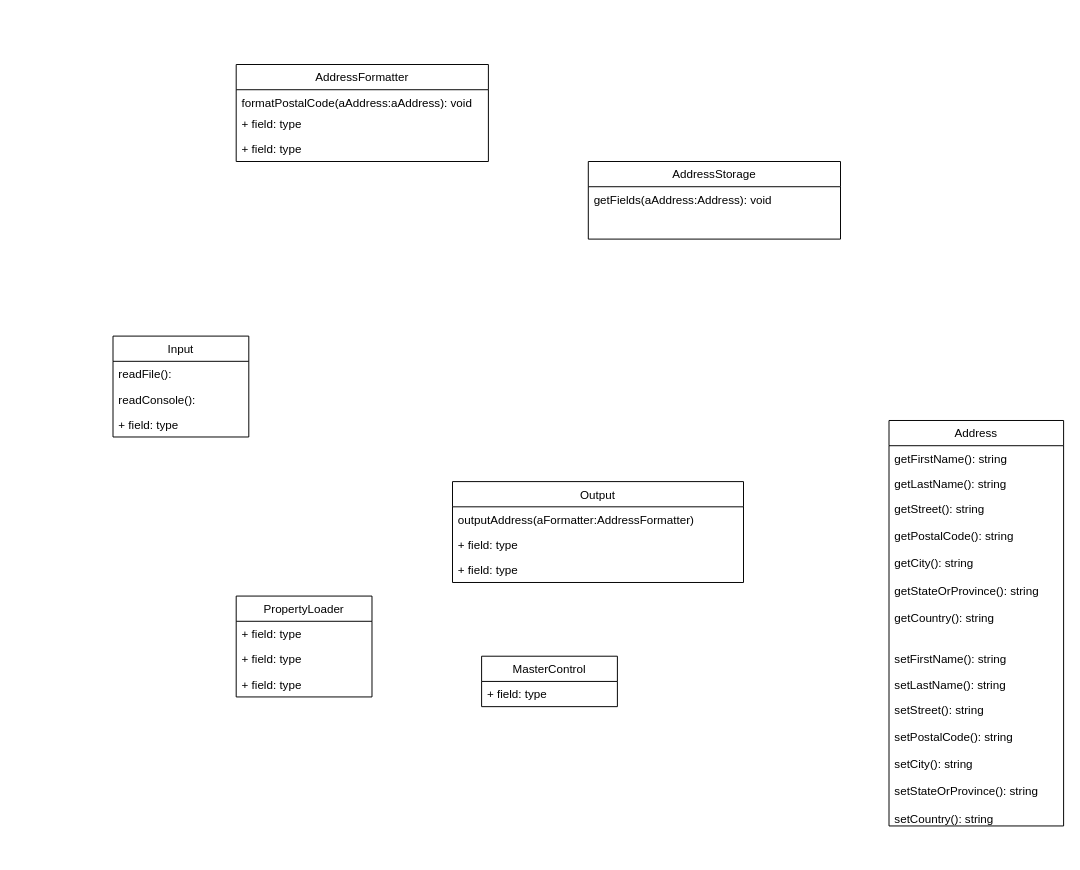
The draw.io diagram Quiz1.drawio in montyxrizzo/scripts, before the edit. Source tidied: cells renumbered, new cells numbered last; positions are measured from the earlier drawing's top-left corner, leaving out a move shared by most shapes. Both pictures are drawn from the tidied source at 97%, with x=0, y=0 at pixel (113, 64).
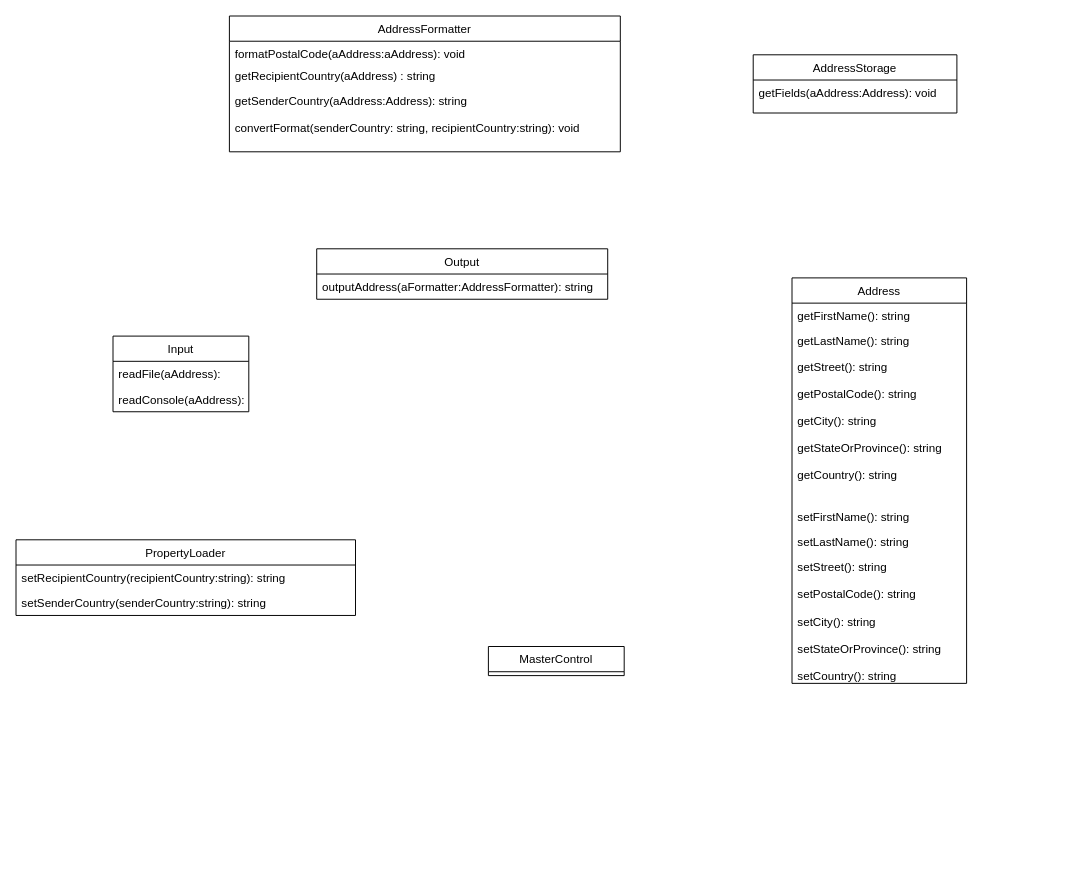
The same page after the edit.

Unchanged cells that the change refers to:
```xml
<mxCell id="24" value="Address" style="swimlane;fontStyle=0;horizontal=1;startSize=26;fillColor=none;" parent="23" vertex="1">
  <mxGeometry width="180" height="418" as="geometry" />
</mxCell>
```

Diff of the diagram source:
```diff
@@
     <mxCell id="2" value="Input" style="swimlane;fontStyle=0;horizontal=1;startSize=26;fillColor=none;" parent="1" vertex="1">
-      <mxGeometry y="280" width="140" height="104" as="geometry" />
+      <mxGeometry y="280" width="140" height="78" as="geometry" />
     </mxCell>
-    <mxCell id="3" value="readFile():" style="text;strokeColor=none;fillColor=none;align=left;verticalAlign=top;spacingLeft=4;spacingRight=4;overflow=hidden;" parent="2" vertex="1">
+    <mxCell id="3" value="readFile(aAddress):" style="text;strokeColor=none;fillColor=none;align=left;verticalAlign=top;spacingLeft=4;spacingRight=4;overflow=hidden;" parent="2" vertex="1">
       <mxGeometry y="26" width="140" height="26" as="geometry" />
     </mxCell>
-    <mxCell id="4" value="readConsole():" style="text;strokeColor=none;fillColor=none;align=left;verticalAlign=top;spacingLeft=4;spacingRight=4;overflow=hidden;" parent="2" vertex="1">
+    <mxCell id="4" value="readConsole(aAddress):" style="text;strokeColor=none;fillColor=none;align=left;verticalAlign=top;spacingLeft=4;spacingRight=4;overflow=hidden;" parent="2" vertex="1">
       <mxGeometry y="52" width="140" height="26" as="geometry" />
     </mxCell>
-    <mxCell id="5" value="+ field: type" style="text;strokeColor=none;fillColor=none;align=left;verticalAlign=top;spacingLeft=4;spacingRight=4;overflow=hidden;" parent="2" vertex="1">
-      <mxGeometry y="78" width="140" height="26" as="geometry" />
-    </mxCell>
     <mxCell id="6" value="AddressFormatter" style="swimlane;fontStyle=0;horizontal=1;startSize=26;fillColor=none;" parent="1" vertex="1">
-      <mxGeometry x="127" width="260" height="100" as="geometry" />
+      <mxGeometry x="120" y="-50" width="403" height="140" as="geometry" />
     </mxCell>
     <mxCell id="7" value="formatPostalCode(aAddress:aAddress): void" style="text;strokeColor=none;fillColor=none;align=left;verticalAlign=top;spacingLeft=4;spacingRight=4;overflow=hidden;" parent="6" vertex="1">
-      <mxGeometry y="26" width="260" height="22" as="geometry" />
+      <mxGeometry y="26" width="403" height="22" as="geometry" />
     </mxCell>
-    <mxCell id="8" value="+ field: type" style="text;strokeColor=none;fillColor=none;align=left;verticalAlign=top;spacingLeft=4;spacingRight=4;overflow=hidden;" parent="6" vertex="1">
-      <mxGeometry y="48" width="260" height="26" as="geometry" />
+    <mxCell id="8" value="getRecipientCountry(aAddress) : string" style="text;strokeColor=none;fillColor=none;align=left;verticalAlign=top;spacingLeft=4;spacingRight=4;overflow=hidden;" parent="6" vertex="1">
+      <mxGeometry y="48" width="403" height="26" as="geometry" />
     </mxCell>
-    <mxCell id="9" value="+ field: type" style="text;strokeColor=none;fillColor=none;align=left;verticalAlign=top;spacingLeft=4;spacingRight=4;overflow=hidden;" parent="6" vertex="1">
-      <mxGeometry y="74" width="260" height="26" as="geometry" />
+    <mxCell id="9" value="getSenderCountry(aAddress:Address): string&#10;&#10;convertFormat(senderCountry: string, recipientCountry:string): void" style="text;strokeColor=none;fillColor=none;align=left;verticalAlign=top;spacingLeft=4;spacingRight=4;overflow=hidden;" parent="6" vertex="1">
+      <mxGeometry y="74" width="403" height="66" as="geometry" />
     </mxCell>
     <mxCell id="10" value="Output" style="swimlane;fontStyle=0;horizontal=1;startSize=26;fillColor=none;" parent="1" vertex="1">
-      <mxGeometry x="350" y="430" width="300" height="104" as="geometry" />
+      <mxGeometry x="210" y="190" width="300" height="52" as="geometry" />
     </mxCell>
-    <mxCell id="11" value="outputAddress(aFormatter:AddressFormatter)" style="text;strokeColor=none;fillColor=none;align=left;verticalAlign=top;spacingLeft=4;spacingRight=4;overflow=hidden;" parent="10" vertex="1">
+    <mxCell id="11" value="outputAddress(aFormatter:AddressFormatter): string" style="text;strokeColor=none;fillColor=none;align=left;verticalAlign=top;spacingLeft=4;spacingRight=4;overflow=hidden;" parent="10" vertex="1">
       <mxGeometry y="26" width="300" height="26" as="geometry" />
     </mxCell>
-    <mxCell id="12" value="+ field: type" style="text;strokeColor=none;fillColor=none;align=left;verticalAlign=top;spacingLeft=4;spacingRight=4;overflow=hidden;" parent="10" vertex="1">
-      <mxGeometry y="52" width="300" height="26" as="geometry" />
-    </mxCell>
-    <mxCell id="13" value="+ field: type" style="text;strokeColor=none;fillColor=none;align=left;verticalAlign=top;spacingLeft=4;spacingRight=4;overflow=hidden;" parent="10" vertex="1">
-      <mxGeometry y="78" width="300" height="26" as="geometry" />
-    </mxCell>
     <mxCell id="14" value="AddressStorage" style="swimlane;fontStyle=0;horizontal=1;startSize=26;fillColor=none;" parent="1" vertex="1">
-      <mxGeometry x="490" y="100" width="260" height="80" as="geometry" />
+      <mxGeometry x="660" y="-10" width="210" height="60" as="geometry" />
     </mxCell>
     <mxCell id="15" value="getFields(aAddress:Address): void" style="text;strokeColor=none;fillColor=none;align=left;verticalAlign=top;spacingLeft=4;spacingRight=4;overflow=hidden;points=[[0,0.5],[1,0.5]];portConstraint=eastwest;" parent="14" vertex="1">
-      <mxGeometry y="26" width="260" height="54" as="geometry" />
+      <mxGeometry y="26" width="210" height="34" as="geometry" />
     </mxCell>
+    <mxCell id="31" style="edgeStyle=orthogonalEdgeStyle;rounded=0;orthogonalLoop=1;jettySize=auto;html=1;exitX=1;exitY=0.5;exitDx=0;exitDy=0;" parent="14" edge="1" source="15" target="15">
+      <mxGeometry relative="1" as="geometry" />
+    </mxCell>
     <mxCell id="16" value="PropertyLoader" style="swimlane;fontStyle=0;horizontal=1;startSize=26;fillColor=none;" parent="1" vertex="1">
-      <mxGeometry x="127" y="548" width="140" height="104" as="geometry" />
+      <mxGeometry x="-100" y="490" width="350" height="78" as="geometry" />
     </mxCell>
-    <mxCell id="17" value="+ field: type" style="text;strokeColor=none;fillColor=none;align=left;verticalAlign=top;spacingLeft=4;spacingRight=4;overflow=hidden;" parent="16" vertex="1">
-      <mxGeometry y="26" width="140" height="26" as="geometry" />
+    <mxCell id="17" value="setRecipientCountry(recipientCountry:string): string" style="text;strokeColor=none;fillColor=none;align=left;verticalAlign=top;spacingLeft=4;spacingRight=4;overflow=hidden;" parent="16" vertex="1">
+      <mxGeometry y="26" width="350" height="26" as="geometry" />
     </mxCell>
-    <mxCell id="18" value="+ field: type" style="text;strokeColor=none;fillColor=none;align=left;verticalAlign=top;spacingLeft=4;spacingRight=4;overflow=hidden;" parent="16" vertex="1">
-      <mxGeometry y="52" width="140" height="26" as="geometry" />
+    <mxCell id="18" value="setSenderCountry(senderCountry:string): string" style="text;strokeColor=none;fillColor=none;align=left;verticalAlign=top;spacingLeft=4;spacingRight=4;overflow=hidden;" parent="16" vertex="1">
+      <mxGeometry y="52" width="350" height="26" as="geometry" />
     </mxCell>
-    <mxCell id="19" value="+ field: type" style="text;strokeColor=none;fillColor=none;align=left;verticalAlign=top;spacingLeft=4;spacingRight=4;overflow=hidden;" parent="16" vertex="1">
-      <mxGeometry y="78" width="140" height="26" as="geometry" />
-    </mxCell>
     <mxCell id="20" style="group;" parent="1" vertex="1">
-      <mxGeometry x="800" y="367" width="180" height="447" as="geometry" />
+      <mxGeometry x="700" y="220" width="180" height="447" as="geometry" />
     </mxCell>
@@
-    <mxCell id="27" value="getStreet(): string&#10;&#10;getPostalCode(): string&#10;&#10;getCity(): string&#10;&#10;getStateOrProvince(): string&#10;&#10;getCountry(): string&#10;" style="text;strokeColor=none;fillColor=none;align=left;verticalAlign=top;spacingLeft=4;spacingRight=4;overflow=hidden;" parent="24" vertex="1">
+    <mxCell id="27" value="getStreet(): string&#10;&#10;getPostalCode(): string&#10;&#10;getCity(): string&#10;&#10;getStateOrProvince(): string&#10;&#10;getCountry(): string" style="text;strokeColor=none;fillColor=none;align=left;verticalAlign=top;spacingLeft=4;spacingRight=4;overflow=hidden;" parent="24" vertex="1">
       <mxGeometry y="78" width="180" height="340" as="geometry" />
     </mxCell>
@@
     <mxCell id="29" value="MasterControl" style="swimlane;fontStyle=0;horizontal=1;startSize=26;fillColor=none;" parent="1" vertex="1">
-      <mxGeometry x="380" y="610" width="140" height="52" as="geometry" />
+      <mxGeometry x="387" y="600" width="140" height="30" as="geometry" />
     </mxCell>
-    <mxCell id="30" value="+ field: type" style="text;strokeColor=none;fillColor=none;align=left;verticalAlign=top;spacingLeft=4;spacingRight=4;overflow=hidden;" parent="29" vertex="1">
-      <mxGeometry y="26" width="140" height="26" as="geometry" />
-    </mxCell>
```
